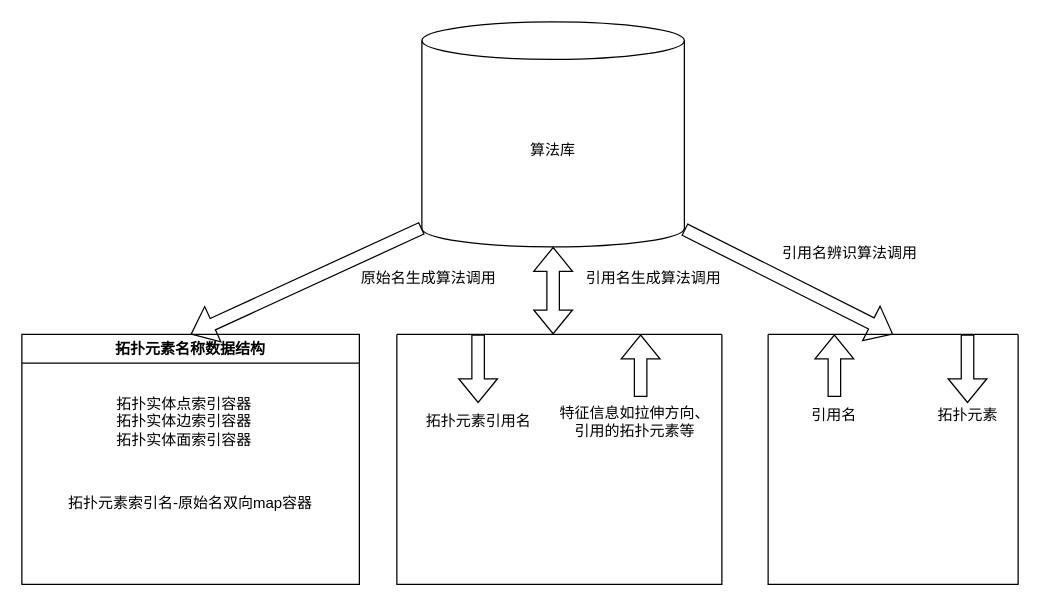
This is 接口.drawio from liuhuliuhu123/First-test, a draw.io file, before an edit. Source tidied: cells renumbered, new cells numbered last; positions are measured from the earlier drawing's top-left corner, leaving out a move shared by most shapes. Both pictures are drawn from the tidied source at 125%, with x=0, y=0 at pixel (21, 21).
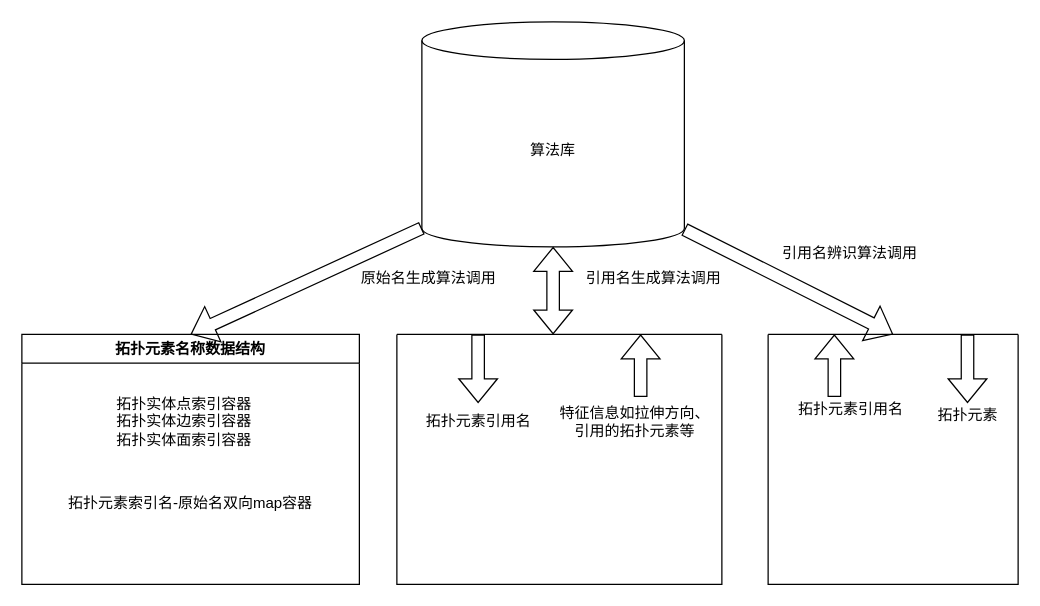
Above is the later version.

The change refers to these unchanged cells:
```xml
<mxCell id="17" style="swimlane;startSize=0;" parent="1" vertex="1">
  <mxGeometry x="597" y="250" width="200" height="200" as="geometry" />
</mxCell>
```

Change to the diagram source:
```diff
@@
-    <mxCell id="18" value="引用名" style="text;html=1;strokeColor=none;fillColor=none;align=center;verticalAlign=middle;whiteSpace=wrap;rounded=0;" parent="17" vertex="1">
-      <mxGeometry x="23" y="50" width="60" height="30" as="geometry" />
+    <mxCell id="18" value="拓扑元素引用名" style="text;html=1;strokeColor=none;fillColor=none;align=center;verticalAlign=middle;whiteSpace=wrap;rounded=0;" parent="17" vertex="1">
+      <mxGeometry x="23" y="50" width="87" height="20" as="geometry" />
     </mxCell>
```
